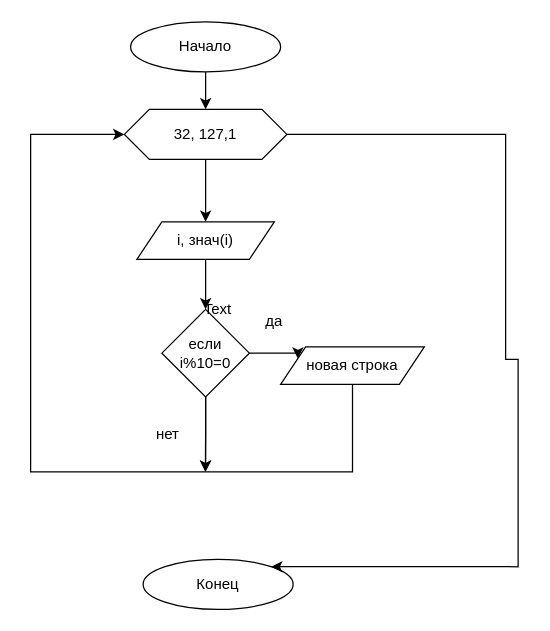
Earlier version of the draw.io diagram Untitled Diagram.drawio (vedmara/ALgorithms_python_lessons_1-8). Source tidied: cells renumbered, new cells numbered last; positions are measured from the earlier drawing's top-left corner, leaving out a move shared by most shapes. Both pictures are drawn from the tidied source at 125%, with x=0, y=0 at pixel (30, 21).
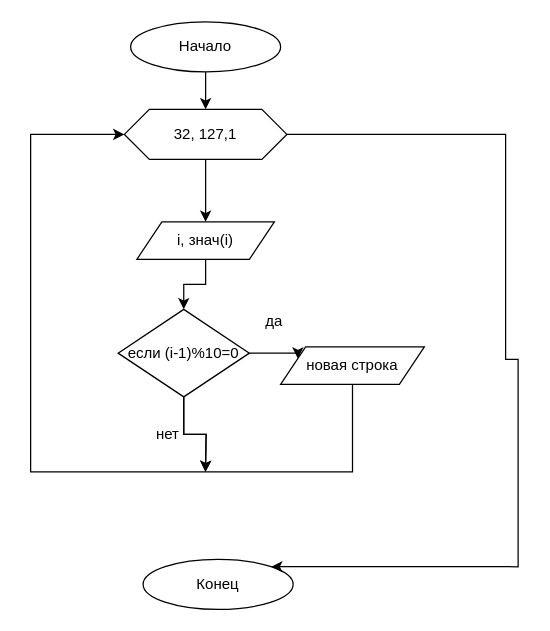
The same page after the edit.

The edit, as a diff of the source:
```diff
@@
-    <mxCell id="13" value="если i%10=0" style="rhombus;whiteSpace=wrap;html=1;" parent="1" vertex="1">
-      <mxGeometry x="105" y="230" width="70" height="70" as="geometry" />
+    <mxCell id="13" value="если (i-1)%10=0" style="rhombus;whiteSpace=wrap;html=1;" parent="1" vertex="1">
+      <mxGeometry x="70" y="230" width="105" height="70" as="geometry" />
     </mxCell>
@@
-    <mxCell id="17" value="Text" style="text;html=1;strokeColor=none;fillColor=none;align=center;verticalAlign=middle;whiteSpace=wrap;rounded=0;" parent="1" vertex="1">
-      <mxGeometry x="130" y="220" width="40" height="20" as="geometry" />
-    </mxCell>
```
